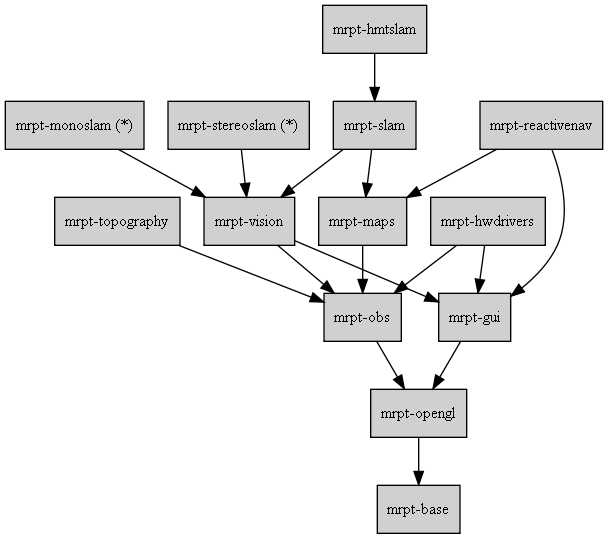
Earlier version of the Graphviz export doc/design_of_images/graph_mrpt_libs.png (MRPT/mrpt). Its source is kept beside it as doc/design_of_images/graph_mrpt_libs.dot. The source it was exported from:
```dot
digraph MRPT_LIBS {

	node [shape=box,style=filled, fillcolor="#D0D0D0",fontsize=12];

	base 		[label="mrpt-base",URL="mrpt-base.html"];
	opengl 		[label="mrpt-opengl", URL="mrpt-opengl.html"];
	gui 		[label="mrpt-gui",URL="mrpt-gui.html"];
	obs 		[label="mrpt-obs",URL="mrpt-obs.html"];
	hwdrivers 	[label="mrpt-hwdrivers",URL="mrpt-hwdrivers.html"];
	topography 	[label="mrpt-topography",URL="mrpt-topography.html"];
	maps 		[label="mrpt-maps",URL="mrpt-maps.html"];
	vision 		[label="mrpt-vision",URL="mrpt-vision.html"];

	slam 		[label="mrpt-slam",URL="mrpt-slam.html"];

	hmtslam		[label="mrpt-hmtslam",URL="mrpt-hmtslam.html"];
	reactivenav	[label="mrpt-reactivenav",URL="mrpt-reactivenav.html"];
	monoslam	[label="mrpt-monoslam (*)",URL="mrpt-monoslam.html"];
	stereoslam	[label="mrpt-stereoslam (*)",URL="mrpt-stereoslam.html"];


	opengl -> base;

	obs -> opengl;

	gui -> opengl;

	hwdrivers -> gui;
	hwdrivers -> obs;

	topography -> obs;

	vision -> obs;
	vision -> gui;

	maps -> obs;

	slam -> maps;
	slam -> vision;

	hmtslam -> slam;

	monoslam -> vision;

	stereoslam -> vision;

	reactivenav -> maps;
	reactivenav -> gui;
}
```
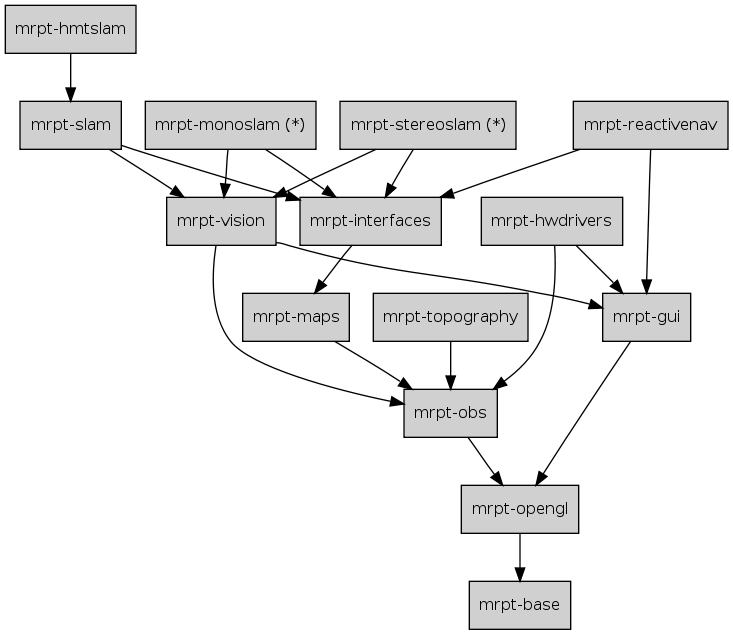
The same file after the commit.

The edit, as a diff of the source:
```diff
@@ -12,6 +12,8 @@
 	vision 		[label="mrpt-vision",URL="mrpt-vision.html"];
 
 	slam 		[label="mrpt-slam",URL="mrpt-slam.html"];
+
+	interfaces 	[label="mrpt-interfaces",URL="mrpt-interfaces.html"];
 
 	hmtslam		[label="mrpt-hmtslam",URL="mrpt-hmtslam.html"];
 	reactivenav	[label="mrpt-reactivenav",URL="mrpt-reactivenav.html"];
@@ -35,15 +37,19 @@
 
 	maps -> obs;
 
-	slam -> maps;
+	interfaces -> maps;
+
+	slam -> interfaces;
 	slam -> vision;
 
 	hmtslam -> slam;
 
 	monoslam -> vision;
+	monoslam -> interfaces;
 
 	stereoslam -> vision;
+	stereoslam -> interfaces;
 
-	reactivenav -> maps;
+	reactivenav -> interfaces;
 	reactivenav -> gui;
 }
```
